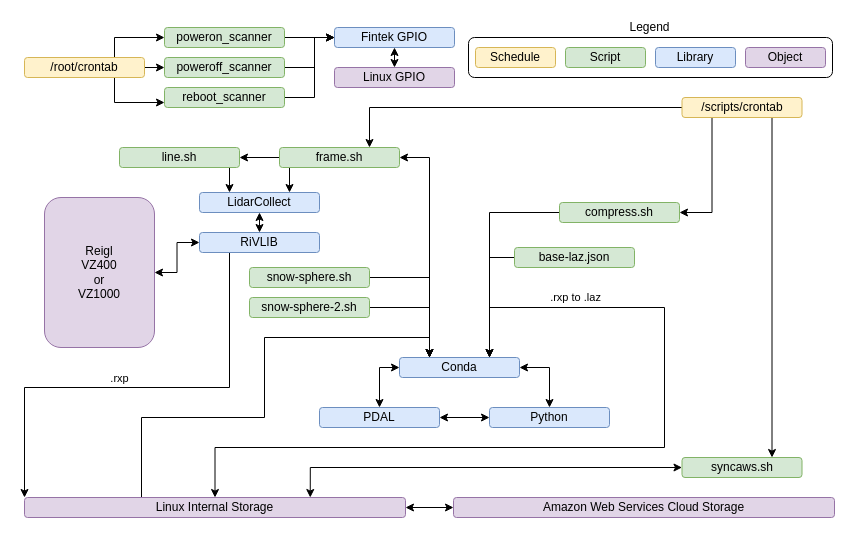
The draw.io diagram Images/Software_Schematic.drawio in CRREL/Mammoth-A-TLS, before the edit. Source tidied: cells renumbered, new cells numbered last; positions are measured from the earlier drawing's top-left corner, leaving out a move shared by most shapes. Both pictures are drawn from the tidied source at 100%, with x=0, y=0 at pixel (24, 17).
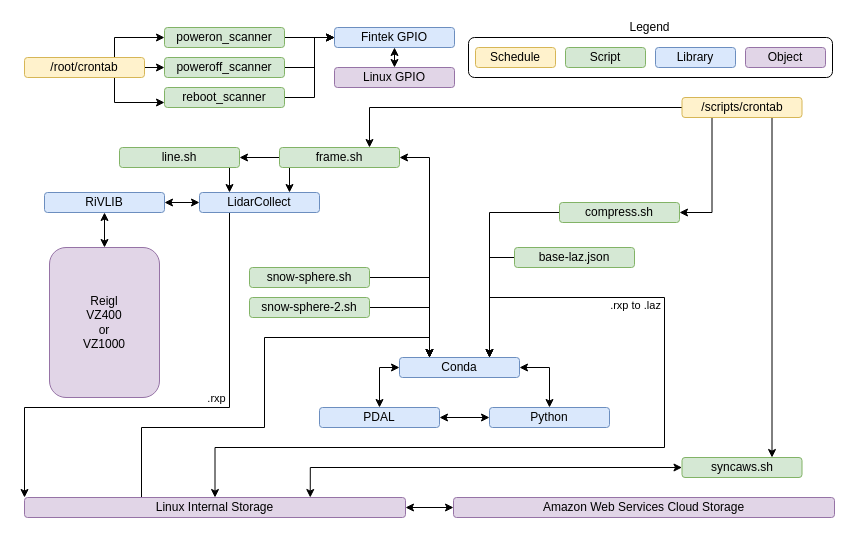
Above is the later version.

The change refers to these unchanged cells:
```xml
<mxCell id="23" value="LidarCollect" style="rounded=1;whiteSpace=wrap;html=1;fillColor=#dae8fc;strokeColor=#6c8ebf;" parent="1" vertex="1">
  <mxGeometry x="175" y="175" width="120" height="20" as="geometry" />
</mxCell>
<mxCell id="28" value="Conda" style="rounded=1;whiteSpace=wrap;html=1;fillColor=#dae8fc;strokeColor=#6c8ebf;" parent="1" vertex="1">
  <mxGeometry x="375" y="340" width="120" height="20" as="geometry" />
</mxCell>
<mxCell id="52" value="Linux Internal Storage" style="rounded=1;whiteSpace=wrap;html=1;fillColor=#e1d5e7;strokeColor=#9673a6;" parent="1" vertex="1">
  <mxGeometry y="480" width="381" height="20" as="geometry" />
</mxCell>
```

What changed in the source:
```diff
@@
-    <mxCell id="13" style="edgeStyle=orthogonalEdgeStyle;rounded=0;jettySize=auto;html=1;exitX=1;exitY=0.5;exitDx=0;exitDy=0;entryX=0;entryY=0.5;entryDx=0;entryDy=0;startArrow=classic;startFill=1;" parent="1" edge="1" source="14" target="21">
-      <mxGeometry relative="1" as="geometry" />
-    </mxCell>
     <mxCell id="14" value="Reigl&lt;br&gt;VZ400&lt;br&gt;or&lt;br&gt;VZ1000" style="rounded=1;whiteSpace=wrap;html=1;fillColor=#e1d5e7;strokeColor=#9673a6;" parent="1" vertex="1">
-      <mxGeometry x="20" y="180" width="110" height="150" as="geometry" />
+      <mxGeometry x="25" y="230" width="110" height="150" as="geometry" />
     </mxCell>
@@
-    <mxCell id="19" style="edgeStyle=orthogonalEdgeStyle;rounded=0;jettySize=auto;html=1;exitX=0.25;exitY=1;exitDx=0;exitDy=0;entryX=0;entryY=0;entryDx=0;entryDy=0;startArrow=none;startFill=0;" parent="1" edge="1" source="21" target="52">
+    <mxCell id="19" style="edgeStyle=orthogonalEdgeStyle;rounded=0;jettySize=auto;html=1;exitX=0.25;exitY=1;exitDx=0;exitDy=0;entryX=0;entryY=0;entryDx=0;entryDy=0;startArrow=none;startFill=0;" parent="1" edge="1" source="23" target="52">
       <mxGeometry relative="1" as="geometry">
         <Array as="points">
-          <mxPoint x="205" y="370" />
-          <mxPoint y="370" />
+          <mxPoint x="205" y="390" />
+          <mxPoint y="390" />
         </Array>
       </mxGeometry>
     </mxCell>
     <mxCell id="20" value="&amp;nbsp;.rxp&amp;nbsp;" style="edgeLabel;html=1;align=center;verticalAlign=middle;labelBackgroundColor=none;" parent="19" vertex="1">
       <mxGeometry x="0.34" y="2" relative="1" as="geometry">
-        <mxPoint x="56.6" y="-12" as="offset" />
+        <mxPoint x="119.3" y="-12" as="offset" />
       </mxGeometry>
     </mxCell>
+    <mxCell id="60" style="edgeStyle=orthogonalEdgeStyle;rounded=0;jettySize=auto;html=1;exitX=0.5;exitY=1;exitDx=0;exitDy=0;entryX=0.5;entryY=0;entryDx=0;entryDy=0;startArrow=classic;startFill=1;" parent="1" edge="1" source="21" target="14">
+      <mxGeometry relative="1" as="geometry" />
+    </mxCell>
     <mxCell id="21" value="RiVLIB" style="rounded=1;whiteSpace=wrap;html=1;fillColor=#dae8fc;strokeColor=#6c8ebf;" parent="1" vertex="1">
-      <mxGeometry x="175" y="215" width="120" height="20" as="geometry" />
+      <mxGeometry x="20" y="175" width="120" height="20" as="geometry" />
     </mxCell>
-    <mxCell id="22" style="edgeStyle=orthogonalEdgeStyle;rounded=0;jettySize=auto;html=1;exitX=0.5;exitY=1;exitDx=0;exitDy=0;entryX=0.5;entryY=0;entryDx=0;entryDy=0;startArrow=classic;startFill=1;" parent="1" edge="1" source="23" target="21">
+    <mxCell id="22" style="edgeStyle=orthogonalEdgeStyle;rounded=0;jettySize=auto;html=1;exitX=0;exitY=0.5;exitDx=0;exitDy=0;entryX=1;entryY=0.5;entryDx=0;entryDy=0;startArrow=classic;startFill=1;" parent="1" edge="1" source="23" target="21">
       <mxGeometry relative="1" as="geometry" />
     </mxCell>
@@
     <mxCell id="43" style="edgeStyle=orthogonalEdgeStyle;rounded=0;jettySize=auto;html=1;exitX=0.75;exitY=0;exitDx=0;exitDy=0;entryX=0.5;entryY=0;entryDx=0;entryDy=0;startArrow=classic;startFill=1;" parent="1" edge="1" source="28" target="52">
       <mxGeometry relative="1" as="geometry">
         <Array as="points">
-          <mxPoint x="465" y="290" />
-          <mxPoint x="640" y="290" />
+          <mxPoint x="465" y="280" />
+          <mxPoint x="640" y="280" />
           <mxPoint x="640" y="430" />
           <mxPoint x="191" y="430" />
         </Array>
       </mxGeometry>
     </mxCell>
     <mxCell id="44" value="&amp;nbsp;.rxp to .laz&amp;nbsp;" style="edgeLabel;html=1;align=center;verticalAlign=middle;labelBackgroundColor=none;" parent="43" vertex="1">
       <mxGeometry x="-0.25" y="-104" relative="1" as="geometry">
-        <mxPoint x="14" y="-109.8" as="offset" />
+        <mxPoint x="74" y="-89.8" as="offset" />
       </mxGeometry>
     </mxCell>
@@
     <mxCell id="51" style="edgeStyle=orthogonalEdgeStyle;rounded=0;jettySize=auto;html=1;exitX=0.25;exitY=0;exitDx=0;exitDy=0;entryX=0.25;entryY=0;entryDx=0;entryDy=0;startArrow=none;startFill=0;" parent="1" edge="1" source="52" target="28">
       <mxGeometry relative="1" as="geometry">
         <Array as="points">
           <mxPoint x="117" y="480" />
-          <mxPoint x="117" y="400" />
-          <mxPoint x="240" y="400" />
+          <mxPoint x="117" y="410" />
+          <mxPoint x="240" y="410" />
           <mxPoint x="240" y="320" />
           <mxPoint x="405" y="320" />
         </Array>
       </mxGeometry>
     </mxCell>
```
